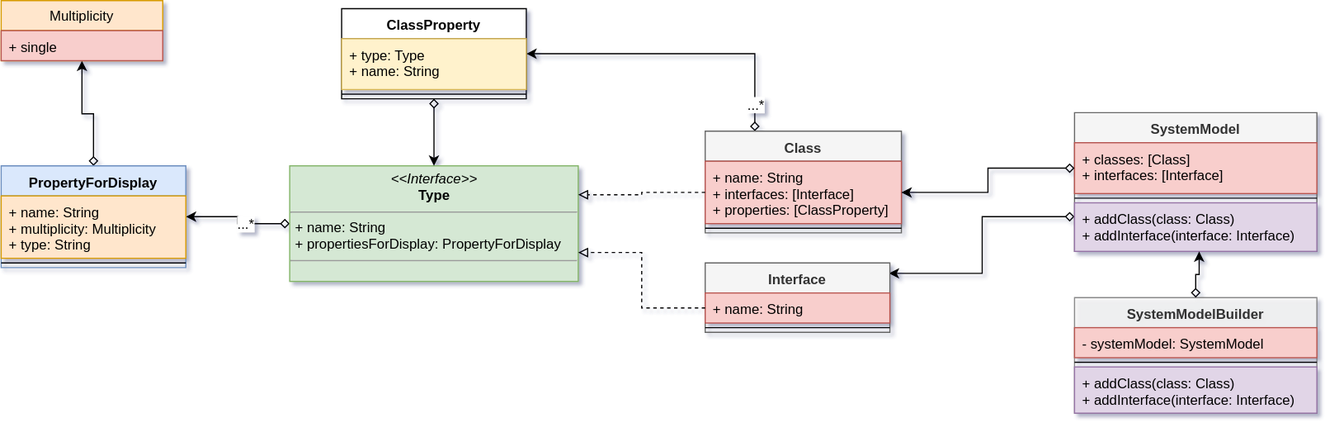
kevinvandenbreemen/SwiftSoftwareSystemModel keeps this draw.io diagram as doc/res/SwiftCodeHelper-SwiftSoftwareSystemModel.svg. Above is the earlier version. Source tidied: cells renumbered, new cells last; positions are measured from the earlier drawing's top-left corner, leaving out a move shared by most shapes.
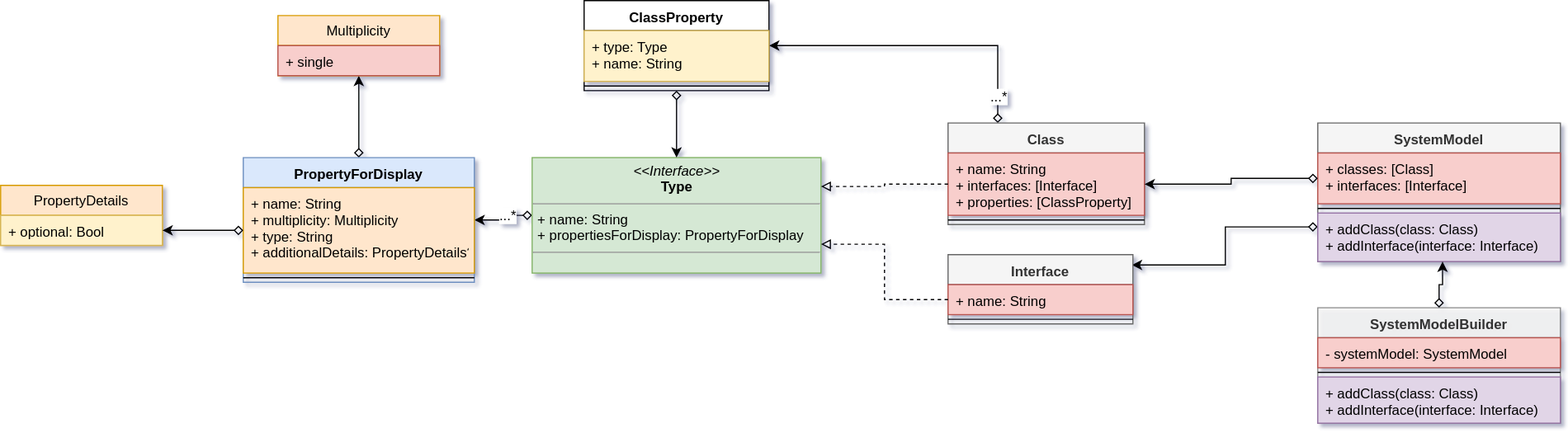
The same file after the commit.

What changed in the source:
```diff
@@ -21,7 +21,7 @@
       <mxGeometry relative="1" as="geometry" />
     </mxCell>
     <mxCell id="8" value="SystemModel" style="swimlane;fontStyle=1;align=center;verticalAlign=top;horizontal=1;startSize=26;fillColor=#f5f5f5;strokeColor=#666666;fontColor=#333333;" parent="1" vertex="1">
-      <mxGeometry x="930" y="97" width="210" height="120" as="geometry" />
+      <mxGeometry x="930" y="113" width="210" height="120" as="geometry" />
     </mxCell>
     <mxCell id="9" value="+ classes: [Class]&#10;+ interfaces: [Interface]" style="text;strokeColor=#b85450;fillColor=#f8cecc;align=left;verticalAlign=top;spacingLeft=4;spacingRight=4;overflow=hidden;points=[[0,0.5],[1,0.5]];portConstraint=eastwest;" parent="8" vertex="1">
       <mxGeometry y="26" width="210" height="44" as="geometry" />
@@ -36,7 +36,7 @@
       <mxGeometry relative="1" as="geometry" />
     </mxCell>
     <mxCell id="13" value="SystemModelBuilder" style="swimlane;fontStyle=1;align=center;verticalAlign=top;horizontal=1;startSize=26;opacity=75;fillColor=#f5f5f5;strokeColor=#666666;fontColor=#333333;" parent="1" vertex="1">
-      <mxGeometry x="930" y="257" width="210" height="100" as="geometry" />
+      <mxGeometry x="930" y="273" width="210" height="100" as="geometry" />
     </mxCell>
     <mxCell id="14" value="- systemModel: SystemModel" style="text;strokeColor=#b85450;fillColor=#f8cecc;align=left;verticalAlign=top;spacingLeft=4;spacingRight=4;overflow=hidden;" parent="13" vertex="1">
       <mxGeometry y="26" width="210" height="26" as="geometry" />
@@ -90,19 +90,28 @@
       <mxGeometry relative="1" as="geometry" />
     </mxCell>
     <mxCell id="31" value="PropertyForDisplay" style="swimlane;fontStyle=1;align=center;verticalAlign=top;horizontal=1;startSize=26;fillColor=#dae8fc;strokeColor=#6c8ebf;" parent="1" vertex="1">
-      <mxGeometry y="143" width="160" height="88" as="geometry" />
+      <mxGeometry y="143" width="200" height="108" as="geometry" />
     </mxCell>
-    <mxCell id="32" value="+ name: String&#10;+ multiplicity: Multiplicity&#10;+ type: String" style="text;strokeColor=#d79b00;fillColor=#ffe6cc;align=left;verticalAlign=top;spacingLeft=4;spacingRight=4;overflow=hidden;points=[[0,0.5],[1,0.5]];portConstraint=eastwest;" parent="31" vertex="1">
-      <mxGeometry y="26" width="160" height="54" as="geometry" />
+    <mxCell id="32" value="+ name: String&#10;+ multiplicity: Multiplicity&#10;+ type: String&#10;+ additionalDetails: PropertyDetails?" style="text;strokeColor=#d79b00;fillColor=#ffe6cc;align=left;verticalAlign=top;spacingLeft=4;spacingRight=4;overflow=hidden;points=[[0,0.5],[1,0.5]];portConstraint=eastwest;" parent="31" vertex="1">
+      <mxGeometry y="26" width="200" height="74" as="geometry" />
     </mxCell>
     <mxCell id="33" style="line;strokeWidth=1;fillColor=none;align=left;verticalAlign=middle;spacingTop=-1;spacingLeft=3;spacingRight=3;labelPosition=right;" parent="31" vertex="1">
-      <mxGeometry y="80" width="160" height="8" as="geometry" />
+      <mxGeometry y="100" width="200" height="8" as="geometry" />
     </mxCell>
     <mxCell id="34" value="Multiplicity" style="swimlane;fontStyle=0;horizontal=1;startSize=26;fillColor=#ffe6cc;strokeColor=#d79b00;" parent="1" vertex="1">
-      <mxGeometry width="140" height="52" as="geometry" />
+      <mxGeometry x="30" y="20" width="140" height="52" as="geometry" />
     </mxCell>
     <mxCell id="35" value="+ single" style="text;strokeColor=#b85450;fillColor=#f8cecc;align=left;verticalAlign=top;spacingLeft=4;spacingRight=4;overflow=hidden;" parent="34" vertex="1">
       <mxGeometry y="26" width="140" height="26" as="geometry" />
     </mxCell>
+    <mxCell id="36" value="PropertyDetails" style="swimlane;fontStyle=0;horizontal=1;startSize=26;fillColor=#ffe6cc;strokeColor=#d79b00;" parent="1" vertex="1">
+      <mxGeometry x="-210" y="167" width="140" height="52" as="geometry" />
+    </mxCell>
+    <mxCell id="37" value="+ optional: Bool" style="text;strokeColor=#d6b656;fillColor=#fff2cc;align=left;verticalAlign=top;spacingLeft=4;spacingRight=4;overflow=hidden;points=[[0,0.5],[1,0.5]];portConstraint=eastwest;" parent="36" vertex="1">
+      <mxGeometry y="26" width="140" height="26" as="geometry" />
+    </mxCell>
+    <mxCell id="38" style="edgeStyle=orthogonalEdgeStyle;rounded=0;jettySize=auto;html=1;exitX=0;exitY=0.5;exitDx=0;exitDy=0;entryX=1;entryY=0.5;entryDx=0;entryDy=0;startArrow=diamond;startFill=0;" parent="1" edge="1" source="32" target="37">
+      <mxGeometry relative="1" as="geometry" />
+    </mxCell>
   </root>
 </mxGraphModel>
```
